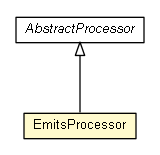
Earlier version of the Graphviz export apidocs/net/trajano/jetng/apt/internal/EmitsProcessor.png (trajano/jetng). Its source is kept beside it as apidocs/net/trajano/jetng/apt/internal/EmitsProcessor.dot. The source it was exported from:
```dot

digraph G {
	edge [fontname="arial",fontsize=10,labelfontname="arial",labelfontsize=10];
	node [fontname="arial",fontsize=10,shape=plaintext];
	nodesep=0.25;
	ranksep=0.5;
	c294 [label=<<table title="net.trajano.jetng.apt.internal.EmitsProcessor" border="0" cellborder="1" cellspacing="0" cellpadding="2" port="p" bgcolor="lemonChiffon" href="./EmitsProcessor.html">
		<tr><td><table border="0" cellspacing="0" cellpadding="1">
<tr><td align="center" balign="center"> EmitsProcessor </td></tr>
		</table></td></tr>
		</table>>, URL="./EmitsProcessor.html", fontname="arial", fontcolor="black", fontsize=10.0];
	c297:p -> c294:p [dir=back,arrowtail=empty];
	c297 [label=<<table title="javax.annotation.processing.AbstractProcessor" border="0" cellborder="1" cellspacing="0" cellpadding="2" port="p" href="http://java.sun.com/j2se/1.4.2/docs/api/javax/annotation/processing/AbstractProcessor.html">
		<tr><td><table border="0" cellspacing="0" cellpadding="1">
<tr><td align="center" balign="center"><font face="arial italic"> AbstractProcessor </font></td></tr>
		</table></td></tr>
		</table>>, URL="http://java.sun.com/j2se/1.4.2/docs/api/javax/annotation/processing/AbstractProcessor.html", fontname="arial", fontcolor="black", fontsize=10.0];
}
```
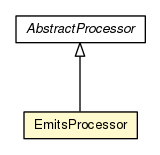
Later version of the same file.

The edit, as a diff of the source:
```diff
@@ -1,18 +1,18 @@
 
 digraph G {
-	edge [fontname="arial",fontsize=10,labelfontname="arial",labelfontsize=10];
-	node [fontname="arial",fontsize=10,shape=plaintext];
+	edge [fontname="Helvetica",fontsize=10,labelfontname="Helvetica",labelfontsize=10];
+	node [fontname="Helvetica",fontsize=10,shape=plaintext];
 	nodesep=0.25;
 	ranksep=0.5;
-	c294 [label=<<table title="net.trajano.jetng.apt.internal.EmitsProcessor" border="0" cellborder="1" cellspacing="0" cellpadding="2" port="p" bgcolor="lemonChiffon" href="./EmitsProcessor.html">
+	c295 [label=<<table title="net.trajano.jetng.apt.internal.EmitsProcessor" border="0" cellborder="1" cellspacing="0" cellpadding="2" port="p" bgcolor="lemonChiffon" href="./EmitsProcessor.html">
 		<tr><td><table border="0" cellspacing="0" cellpadding="1">
 <tr><td align="center" balign="center"> EmitsProcessor </td></tr>
 		</table></td></tr>
-		</table>>, URL="./EmitsProcessor.html", fontname="arial", fontcolor="black", fontsize=10.0];
-	c297:p -> c294:p [dir=back,arrowtail=empty];
+		</table>>, URL="./EmitsProcessor.html", fontname="Helvetica", fontcolor="black", fontsize=10.0];
+	c297:p -> c295:p [dir=back,arrowtail=empty];
 	c297 [label=<<table title="javax.annotation.processing.AbstractProcessor" border="0" cellborder="1" cellspacing="0" cellpadding="2" port="p" href="http://java.sun.com/j2se/1.4.2/docs/api/javax/annotation/processing/AbstractProcessor.html">
 		<tr><td><table border="0" cellspacing="0" cellpadding="1">
-<tr><td align="center" balign="center"><font face="arial italic"> AbstractProcessor </font></td></tr>
+<tr><td align="center" balign="center"><font face="Helvetica-Oblique"> AbstractProcessor </font></td></tr>
 		</table></td></tr>
-		</table>>, URL="http://java.sun.com/j2se/1.4.2/docs/api/javax/annotation/processing/AbstractProcessor.html", fontname="arial", fontcolor="black", fontsize=10.0];
+		</table>>, URL="http://java.sun.com/j2se/1.4.2/docs/api/javax/annotation/processing/AbstractProcessor.html", fontname="Helvetica", fontcolor="black", fontsize=10.0];
 }
```
